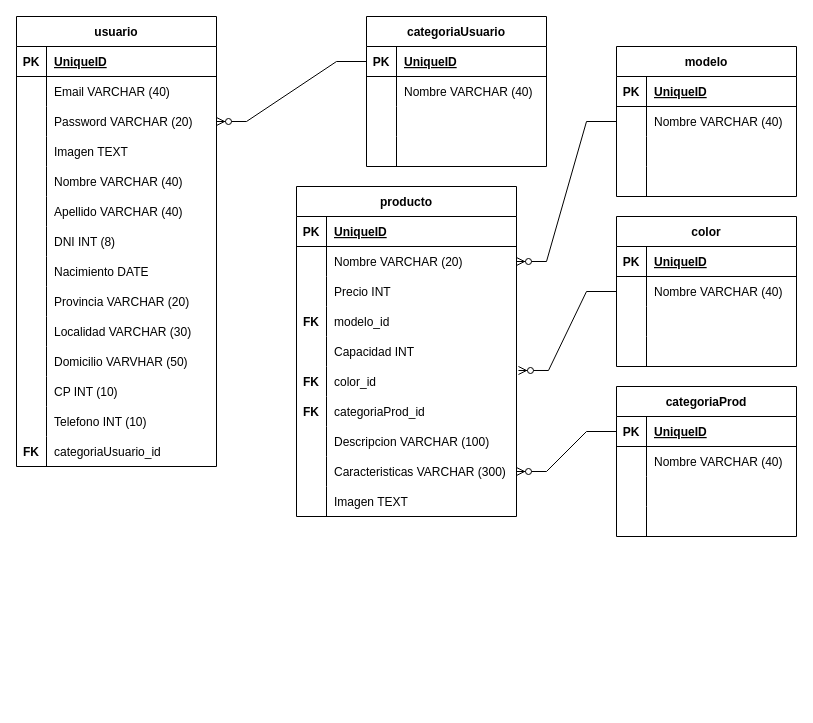
Earlier version of the draw.io diagram public/Oh my Apple.drawio (maticagnin/grupo_6_ohmyapple). Source tidied: cells renumbered, new cells numbered last; positions are measured from the earlier drawing's top-left corner, leaving out a move shared by most shapes. Both pictures are drawn from the tidied source at 100%, with x=0, y=0 at pixel (16, 16).
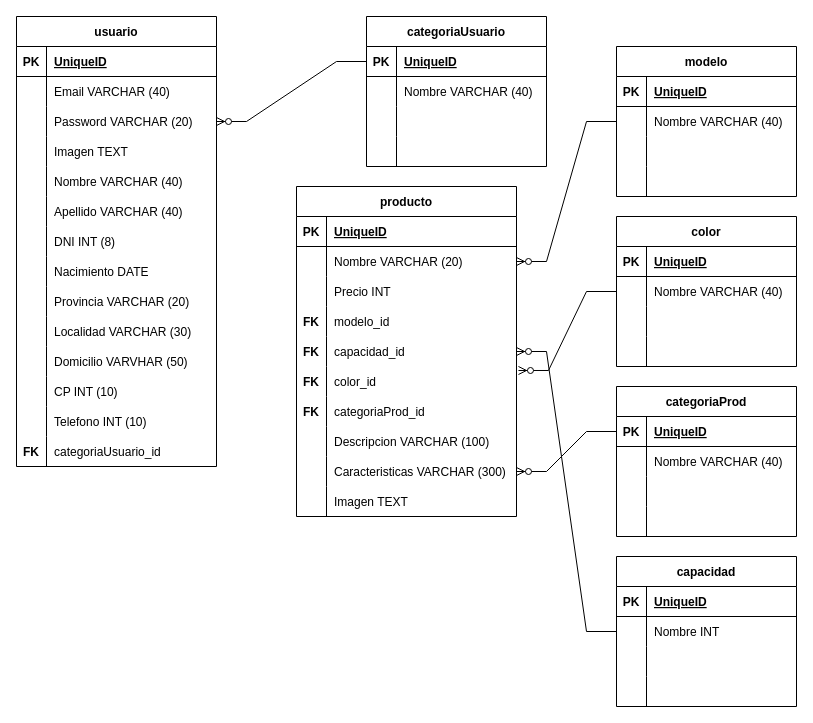
After the change.

Commit message:
Agregamos tabla capacidad.drawio

Unchanged cells that the change refers to:
```xml
<mxCell id="72" style="shape=tableRow;horizontal=0;startSize=0;swimlaneHead=0;swimlaneBody=0;fillColor=none;points=[[0,0.5],[1,0.5]];portConstraint=eastwest;top=0;left=0;right=0;bottom=0;" parent="59" vertex="1">
  <mxGeometry y="150" width="220" height="30" as="geometry" />
</mxCell>
```

The edit, as a diff of the source:
```diff
@@
-    <mxCell id="73" style="shape=partialRectangle;fillColor=none;top=0;left=0;bottom=0;right=0;overflow=hidden;" parent="72" vertex="1">
+    <mxCell id="73" value="FK" style="shape=partialRectangle;fillColor=none;top=0;left=0;bottom=0;right=0;overflow=hidden;fontStyle=1;" parent="72" vertex="1">
       <mxGeometry width="30" height="30" as="geometry" />
     </mxCell>
-    <mxCell id="74" value="Capacidad INT" style="shape=partialRectangle;fillColor=none;top=0;left=0;bottom=0;right=0;align=left;spacingLeft=6;overflow=hidden;" parent="72" vertex="1">
+    <mxCell id="74" value="capacidad_id" style="shape=partialRectangle;fillColor=none;top=0;left=0;bottom=0;right=0;align=left;spacingLeft=6;overflow=hidden;" parent="72" vertex="1">
       <mxGeometry x="30" width="190" height="30" as="geometry" />
     </mxCell>
@@
+    <mxCell id="136" value="capacidad" style="shape=table;startSize=30;childLayout=tableLayout;rowLines=0;fontStyle=1;align=center;" parent="1" vertex="1">
+      <mxGeometry x="600" y="540" width="180" height="150" as="geometry" />
+    </mxCell>
+    <mxCell id="137" style="shape=tableRow;horizontal=0;startSize=0;swimlaneHead=0;swimlaneBody=0;fillColor=none;top=0;left=0;right=0;bottom=1;" parent="136" vertex="1">
+      <mxGeometry y="30" width="180" height="30" as="geometry" />
+    </mxCell>
+    <mxCell id="138" value="PK" style="shape=partialRectangle;fillColor=none;top=0;left=0;bottom=0;right=0;fontStyle=1;overflow=hidden;" parent="137" vertex="1">
+      <mxGeometry width="30" height="30" as="geometry" />
+    </mxCell>
+    <mxCell id="139" value="UniqueID" style="shape=partialRectangle;fillColor=none;top=0;left=0;bottom=0;right=0;align=left;spacingLeft=6;fontStyle=5;overflow=hidden;" parent="137" vertex="1">
+      <mxGeometry x="30" width="150" height="30" as="geometry" />
+    </mxCell>
+    <mxCell id="140" style="shape=tableRow;horizontal=0;startSize=0;swimlaneHead=0;swimlaneBody=0;fillColor=none;points=[[0,0.5],[1,0.5]];portConstraint=eastwest;top=0;left=0;right=0;bottom=0;" parent="136" vertex="1">
+      <mxGeometry y="60" width="180" height="30" as="geometry" />
+    </mxCell>
+    <mxCell id="141" style="shape=partialRectangle;fillColor=none;top=0;left=0;bottom=0;right=0;overflow=hidden;" parent="140" vertex="1">
+      <mxGeometry width="30" height="30" as="geometry" />
+    </mxCell>
+    <mxCell id="142" value="Nombre INT" style="shape=partialRectangle;fillColor=none;top=0;left=0;bottom=0;right=0;align=left;spacingLeft=6;overflow=hidden;" parent="140" vertex="1">
+      <mxGeometry x="30" width="150" height="30" as="geometry" />
+    </mxCell>
+    <mxCell id="143" style="shape=tableRow;horizontal=0;startSize=0;swimlaneHead=0;swimlaneBody=0;fillColor=none;top=0;left=0;right=0;bottom=0;" parent="136" vertex="1">
+      <mxGeometry y="90" width="180" height="30" as="geometry" />
+    </mxCell>
+    <mxCell id="144" style="shape=partialRectangle;fillColor=none;top=0;left=0;bottom=0;right=0;overflow=hidden;" parent="143" vertex="1">
+      <mxGeometry width="30" height="30" as="geometry" />
+    </mxCell>
+    <mxCell id="145" style="shape=partialRectangle;fillColor=none;top=0;left=0;bottom=0;right=0;align=left;spacingLeft=6;overflow=hidden;" parent="143" vertex="1">
+      <mxGeometry x="30" width="150" height="30" as="geometry" />
+    </mxCell>
+    <mxCell id="146" style="shape=tableRow;horizontal=0;startSize=0;swimlaneHead=0;swimlaneBody=0;fillColor=none;top=0;left=0;right=0;bottom=0;" parent="136" vertex="1">
+      <mxGeometry y="120" width="180" height="30" as="geometry" />
+    </mxCell>
+    <mxCell id="147" style="shape=partialRectangle;fillColor=none;top=0;left=0;bottom=0;right=0;overflow=hidden;" parent="146" vertex="1">
+      <mxGeometry width="30" height="30" as="geometry" />
+    </mxCell>
+    <mxCell id="148" style="shape=partialRectangle;fillColor=none;top=0;left=0;bottom=0;right=0;align=left;spacingLeft=6;overflow=hidden;" parent="146" vertex="1">
+      <mxGeometry x="30" width="150" height="30" as="geometry" />
+    </mxCell>
+    <mxCell id="149" style="edgeStyle=entityRelationEdgeStyle;fontSize=12;html=1;endArrow=ERzeroToMany;endFill=1;rounded=0;exitX=0;exitY=0.5;exitDx=0;exitDy=0;entryX=1;entryY=0.5;entryDx=0;entryDy=0;" parent="1" edge="1" source="140" target="72">
+      <mxGeometry x="-0.47" y="-145" relative="1" as="geometry" />
+    </mxCell>
```
